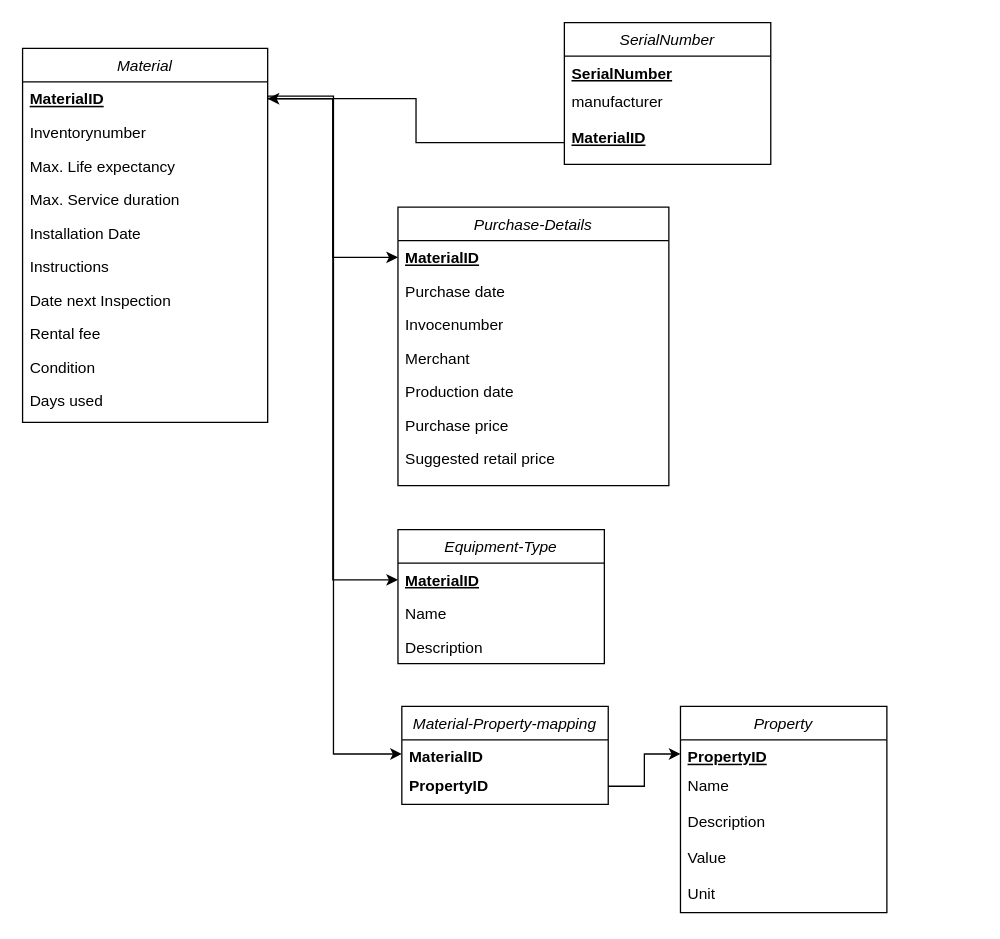
The draw.io diagram page "Material Modul" (2 of 5) of docs/entity-relationship.drawio in jneuendorf/material-manager, before the edit. Source tidied: cells renumbered, new cells numbered last; positions are measured from the earlier drawing's top-left corner, leaving out a move shared by most shapes. Both pictures are drawn from the tidied source at 129%, with x=0, y=0 at pixel (22, 22).
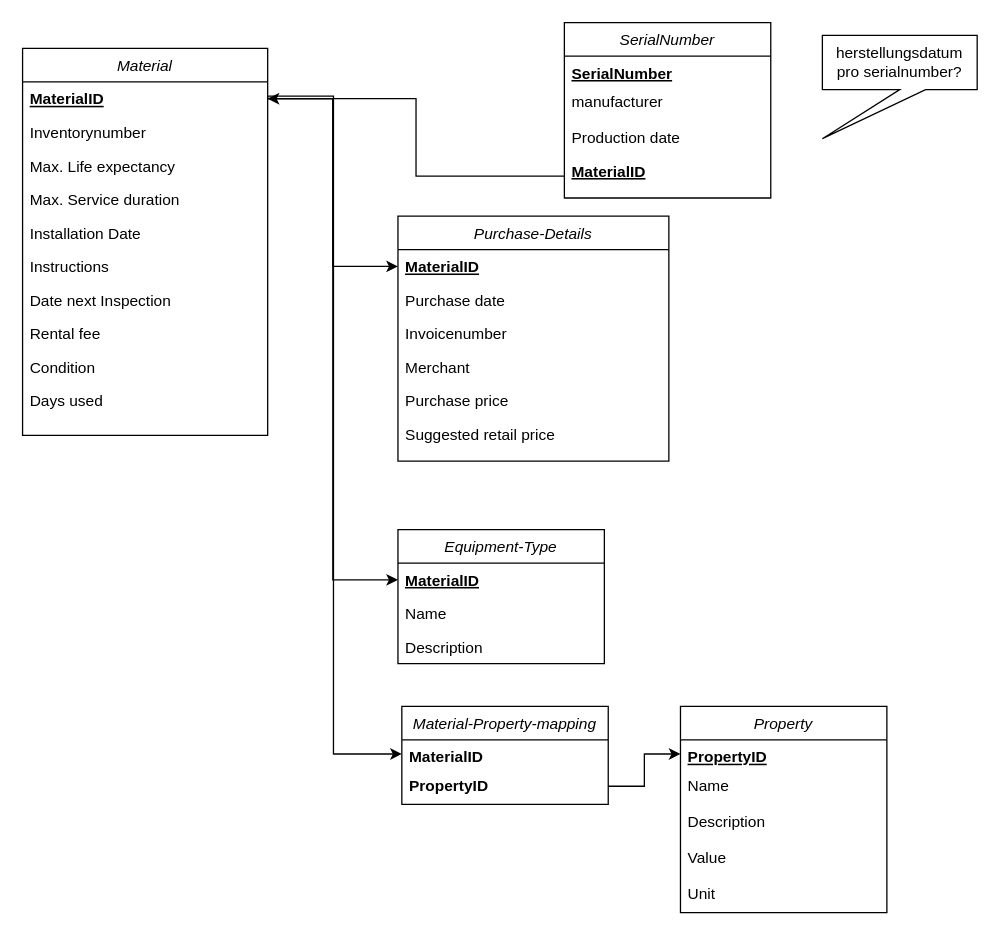
After the change.

Diff of the diagram source:
```diff
@@
     <mxCell id="6" value="Material" style="swimlane;fontStyle=2;align=center;verticalAlign=top;horizontal=1;startSize=26;rounded=0;shadow=0;strokeWidth=1;" parent="1" vertex="1">
-      <mxGeometry y="20" width="190" height="290" as="geometry" />
+      <mxGeometry y="20" width="190" height="300" as="geometry" />
     </mxCell>
@@
     <mxCell id="17" value="Purchase-Details" style="swimlane;fontStyle=2;align=center;verticalAlign=top;horizontal=1;startSize=26;rounded=0;shadow=0;strokeWidth=1;" parent="1" vertex="1">
-      <mxGeometry x="291" y="143" width="210" height="216" as="geometry" />
+      <mxGeometry x="291" y="150" width="210" height="190" as="geometry" />
     </mxCell>
@@
-    <mxCell id="20" value="Invocenumber" style="text;align=left;verticalAlign=top;spacingLeft=4;spacingRight=4;overflow=hidden;rounded=0;shadow=0;html=0;" parent="17" vertex="1">
+    <mxCell id="20" value="Invoicenumber" style="text;align=left;verticalAlign=top;spacingLeft=4;spacingRight=4;overflow=hidden;rounded=0;shadow=0;html=0;" parent="17" vertex="1">
       <mxGeometry y="78" width="210" height="26" as="geometry" />
     </mxCell>
@@
-    <mxCell id="22" value="Production date" style="text;align=left;verticalAlign=top;spacingLeft=4;spacingRight=4;overflow=hidden;rounded=0;shadow=0;html=0;" parent="17" vertex="1">
-      <mxGeometry y="130" width="210" height="26" as="geometry" />
-    </mxCell>
     <mxCell id="23" value="Purchase price" style="text;align=left;verticalAlign=top;spacingLeft=4;spacingRight=4;overflow=hidden;rounded=0;shadow=0;html=0;" parent="17" vertex="1">
-      <mxGeometry y="156" width="210" height="26" as="geometry" />
+      <mxGeometry y="130" width="210" height="26" as="geometry" />
     </mxCell>
     <mxCell id="24" value="Suggested retail price" style="text;align=left;verticalAlign=top;spacingLeft=4;spacingRight=4;overflow=hidden;rounded=0;shadow=0;html=0;" parent="17" vertex="1">
-      <mxGeometry y="182" width="210" height="26" as="geometry" />
+      <mxGeometry y="156" width="210" height="26" as="geometry" />
     </mxCell>
@@
     <mxCell id="38" value="SerialNumber" style="swimlane;fontStyle=2;align=center;verticalAlign=top;horizontal=1;startSize=26;rounded=0;shadow=0;strokeWidth=1;" parent="1" vertex="1">
-      <mxGeometry x="420" width="160" height="110" as="geometry" />
+      <mxGeometry x="420" width="160" height="136" as="geometry" />
     </mxCell>
@@
+    <mxCell id="22" value="Production date" style="text;align=left;verticalAlign=top;spacingLeft=4;spacingRight=4;overflow=hidden;rounded=0;shadow=0;html=0;" parent="38" vertex="1">
+      <mxGeometry y="76" width="160" height="26" as="geometry" />
+    </mxCell>
     <mxCell id="41" value="MaterialID" style="text;align=left;verticalAlign=top;spacingLeft=4;spacingRight=4;overflow=hidden;points=[[0,0.5],[1,0.5]];portConstraint=eastwest;fontStyle=5;" parent="38" vertex="1">
-      <mxGeometry y="76" width="160" height="34" as="geometry" />
+      <mxGeometry y="102" width="160" height="34" as="geometry" />
     </mxCell>
@@
+    <mxCell id="43" value="herstellungsdatum pro serialnumber?" style="shape=callout;whiteSpace=wrap;html=1;perimeter=calloutPerimeter;position2=0;size=38;position=0.5;" parent="1" vertex="1">
+      <mxGeometry x="620" y="10" width="120" height="80" as="geometry" />
+    </mxCell>
```
